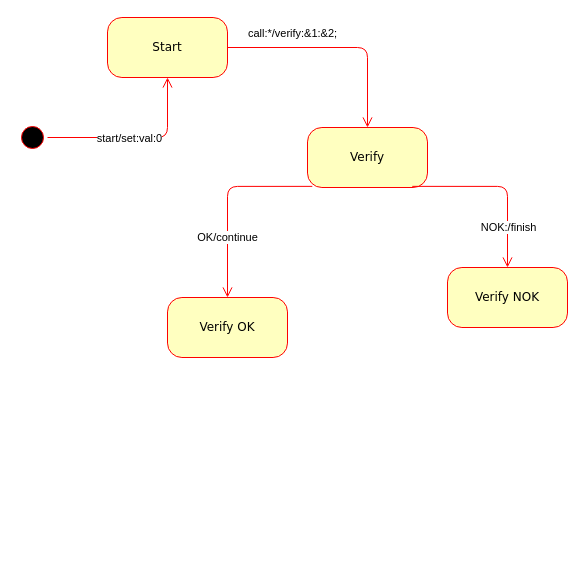
The draw.io diagram state.drawio in disceta/disceta.github.io, before the edit. Source tidied: cells renumbered, new cells numbered last; positions are measured from the earlier drawing's top-left corner, leaving out a move shared by most shapes. Both pictures are drawn from the tidied source at 100%, with x=0, y=0 at pixel (17, 17).
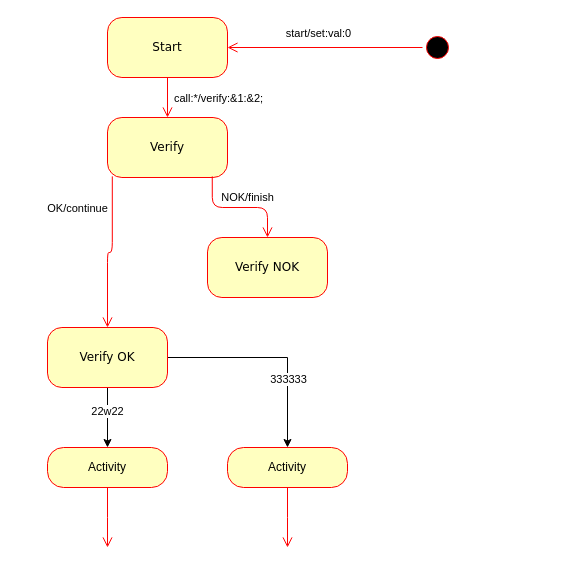
After the change.

Unchanged cells that the change refers to:
```xml
<mxCell id="5" style="edgeStyle=orthogonalEdgeStyle;html=1;labelBackgroundColor=none;endArrow=open;endSize=8;strokeColor=#ff0000;fontFamily=Verdana;fontSize=12;align=left;" parent="1" edge="1" source="2" target="3">
  <mxGeometry relative="1" as="geometry" />
</mxCell>
<mxCell id="7" style="edgeStyle=orthogonalEdgeStyle;html=1;labelBackgroundColor=none;endArrow=open;endSize=8;strokeColor=#ff0000;fontFamily=Verdana;fontSize=12;align=left;" parent="1" edge="1" source="3" target="4">
  <mxGeometry relative="1" as="geometry" />
</mxCell>
<mxCell id="11" style="edgeStyle=orthogonalEdgeStyle;html=1;labelBackgroundColor=none;endArrow=open;endSize=8;strokeColor=#ff0000;fontFamily=Verdana;fontSize=12;align=left;exitX=0.873;exitY=0.981;exitDx=0;exitDy=0;exitPerimeter=0;" parent="1" edge="1" source="4" target="10">
  <mxGeometry relative="1" as="geometry" />
</mxCell>
<mxCell id="13" style="edgeStyle=orthogonalEdgeStyle;html=1;labelBackgroundColor=none;endArrow=open;endSize=8;strokeColor=#ff0000;fontFamily=Verdana;fontSize=12;align=left;exitX=0.04;exitY=0.981;exitDx=0;exitDy=0;exitPerimeter=0;entryX=0.5;entryY=0;entryDx=0;entryDy=0;" parent="1" edge="1" source="4" target="9">
  <mxGeometry relative="1" as="geometry" />
</mxCell>
```

The edit, as a diff of the source:
```diff
@@
     <mxCell id="2" style="ellipse;html=1;shape=startState;fillColor=#000000;strokeColor=#ff0000;rounded=1;shadow=0;comic=0;labelBackgroundColor=none;fontFamily=Verdana;fontSize=12;fontColor=#000000;align=center;direction=south;" parent="1" vertex="1">
-      <mxGeometry y="105" width="30" height="30" as="geometry" />
+      <mxGeometry x="405" y="15" width="30" height="30" as="geometry" />
     </mxCell>
@@
     <mxCell id="4" value="Verify" style="rounded=1;whiteSpace=wrap;html=1;arcSize=24;fillColor=#ffffc0;strokeColor=#ff0000;shadow=0;comic=0;labelBackgroundColor=none;fontFamily=Verdana;fontSize=12;fontColor=#000000;align=center;" parent="1" vertex="1">
-      <mxGeometry x="290" y="110" width="120" height="60" as="geometry" />
+      <mxGeometry x="90" y="100" width="120" height="60" as="geometry" />
     </mxCell>
@@
     <mxCell id="6" value="start/set:val:0&lt;br&gt;" style="edgeLabel;html=1;align=center;verticalAlign=middle;" parent="5" vertex="1">
-      <mxGeometry x="-0.1" relative="1" as="geometry" />
+      <mxGeometry x="-0.1" relative="1" as="geometry">
+        <mxPoint x="-17" y="-15" as="offset" />
+      </mxGeometry>
     </mxCell>
@@
     <mxCell id="8" value="call:*/verify:&amp;amp;1:&amp;amp;2;" style="edgeLabel;html=1;align=center;verticalAlign=middle;" parent="7" vertex="1">
       <mxGeometry x="-0.76" y="2" relative="1" as="geometry">
-        <mxPoint x="38" y="-13" as="offset" />
+        <mxPoint x="48" y="15" as="offset" />
       </mxGeometry>
     </mxCell>
+    <mxCell id="15" style="edgeStyle=orthogonalEdgeStyle;rounded=0;jettySize=auto;html=1;exitX=0.5;exitY=1;exitDx=0;exitDy=0;" parent="1" edge="1" source="9" target="19">
+      <mxGeometry relative="1" as="geometry" />
+    </mxCell>
+    <mxCell id="16" value="22w22&lt;br&gt;" style="edgeLabel;html=1;align=center;verticalAlign=middle;" parent="15" vertex="1">
+      <mxGeometry x="-0.25" y="-1" relative="1" as="geometry" />
+    </mxCell>
+    <mxCell id="17" style="edgeStyle=orthogonalEdgeStyle;rounded=0;jettySize=auto;html=1;exitX=1;exitY=0.5;exitDx=0;exitDy=0;entryX=0.5;entryY=0;entryDx=0;entryDy=0;" parent="1" edge="1" source="9" target="21">
+      <mxGeometry relative="1" as="geometry" />
+    </mxCell>
+    <mxCell id="18" value="333333&lt;br&gt;" style="edgeLabel;html=1;align=center;verticalAlign=middle;" parent="17" vertex="1">
+      <mxGeometry x="0.34" relative="1" as="geometry" />
+    </mxCell>
     <mxCell id="9" value="Verify OK" style="rounded=1;whiteSpace=wrap;html=1;arcSize=24;fillColor=#ffffc0;strokeColor=#ff0000;shadow=0;comic=0;labelBackgroundColor=none;fontFamily=Verdana;fontSize=12;fontColor=#000000;align=center;" parent="1" vertex="1">
-      <mxGeometry x="150" y="280" width="120" height="60" as="geometry" />
+      <mxGeometry x="30" y="310" width="120" height="60" as="geometry" />
     </mxCell>
     <mxCell id="10" value="Verify NOK" style="rounded=1;whiteSpace=wrap;html=1;arcSize=24;fillColor=#ffffc0;strokeColor=#ff0000;shadow=0;comic=0;labelBackgroundColor=none;fontFamily=Verdana;fontSize=12;fontColor=#000000;align=center;" parent="1" vertex="1">
-      <mxGeometry x="430" y="250" width="120" height="60" as="geometry" />
+      <mxGeometry x="190" y="220" width="120" height="60" as="geometry" />
     </mxCell>
@@
-    <mxCell id="12" value="NOK:/finish" style="edgeLabel;html=1;align=center;verticalAlign=middle;" parent="11" vertex="1">
+    <mxCell id="12" value="NOK/finish" style="edgeLabel;html=1;align=center;verticalAlign=middle;" parent="11" vertex="1">
       <mxGeometry x="-0.76" y="2" relative="1" as="geometry">
-        <mxPoint x="75" y="43" as="offset" />
+        <mxPoint x="33" y="7" as="offset" />
       </mxGeometry>
     </mxCell>
@@
     <mxCell id="14" value="OK/continue" style="edgeLabel;html=1;align=center;verticalAlign=middle;" parent="13" vertex="1">
       <mxGeometry x="-0.76" y="2" relative="1" as="geometry">
-        <mxPoint x="-61" y="49" as="offset" />
+        <mxPoint x="-37" y="13" as="offset" />
       </mxGeometry>
     </mxCell>
+    <mxCell id="19" value="Activity" style="rounded=1;whiteSpace=wrap;html=1;arcSize=40;fontColor=#000000;fillColor=#ffffc0;strokeColor=#ff0000;" parent="1" vertex="1">
+      <mxGeometry x="30" y="430" width="120" height="40" as="geometry" />
+    </mxCell>
+    <mxCell id="20" style="edgeStyle=orthogonalEdgeStyle;html=1;verticalAlign=bottom;endArrow=open;endSize=8;strokeColor=#ff0000;rounded=0;" parent="1" edge="1" source="19">
+      <mxGeometry relative="1" as="geometry">
+        <mxPoint x="90" y="530" as="targetPoint" />
+      </mxGeometry>
+    </mxCell>
+    <mxCell id="21" value="Activity" style="rounded=1;whiteSpace=wrap;html=1;arcSize=40;fontColor=#000000;fillColor=#ffffc0;strokeColor=#ff0000;" parent="1" vertex="1">
+      <mxGeometry x="210" y="430" width="120" height="40" as="geometry" />
+    </mxCell>
+    <mxCell id="22" style="edgeStyle=orthogonalEdgeStyle;html=1;verticalAlign=bottom;endArrow=open;endSize=8;strokeColor=#ff0000;rounded=0;" parent="1" edge="1" source="21">
+      <mxGeometry relative="1" as="geometry">
+        <mxPoint x="270" y="530" as="targetPoint" />
+      </mxGeometry>
+    </mxCell>
```
